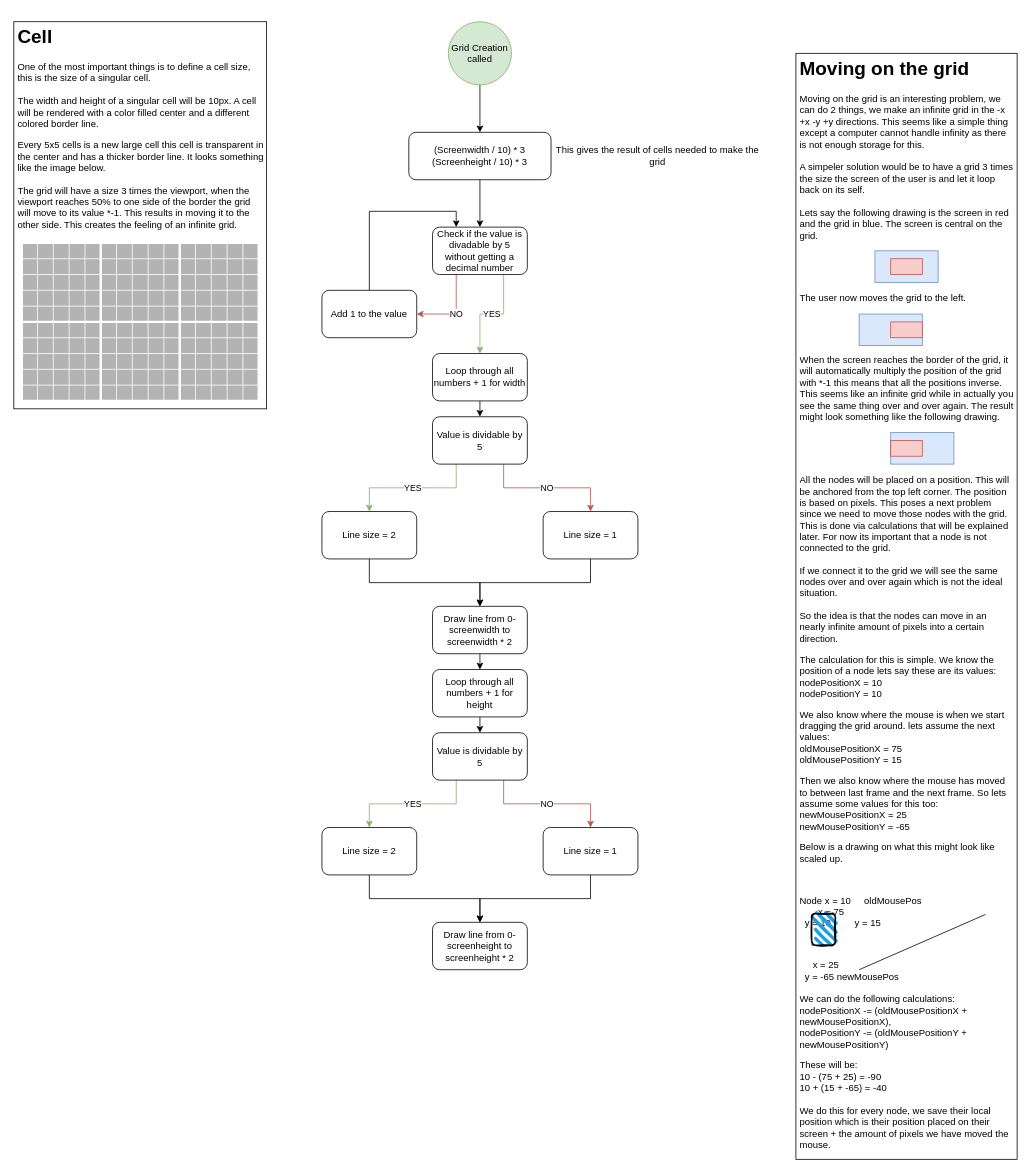
EthernalAsh/Node keeps this draw.io diagram as Diagrams/GridUML.drawio. Above is the earlier version. Source tidied: cells renumbered, new cells numbered last; positions are measured from the earlier drawing's top-left corner, leaving out a move shared by most shapes. Both pictures are drawn from the tidied source at 79%, with x=0, y=0 at pixel (13, 21).
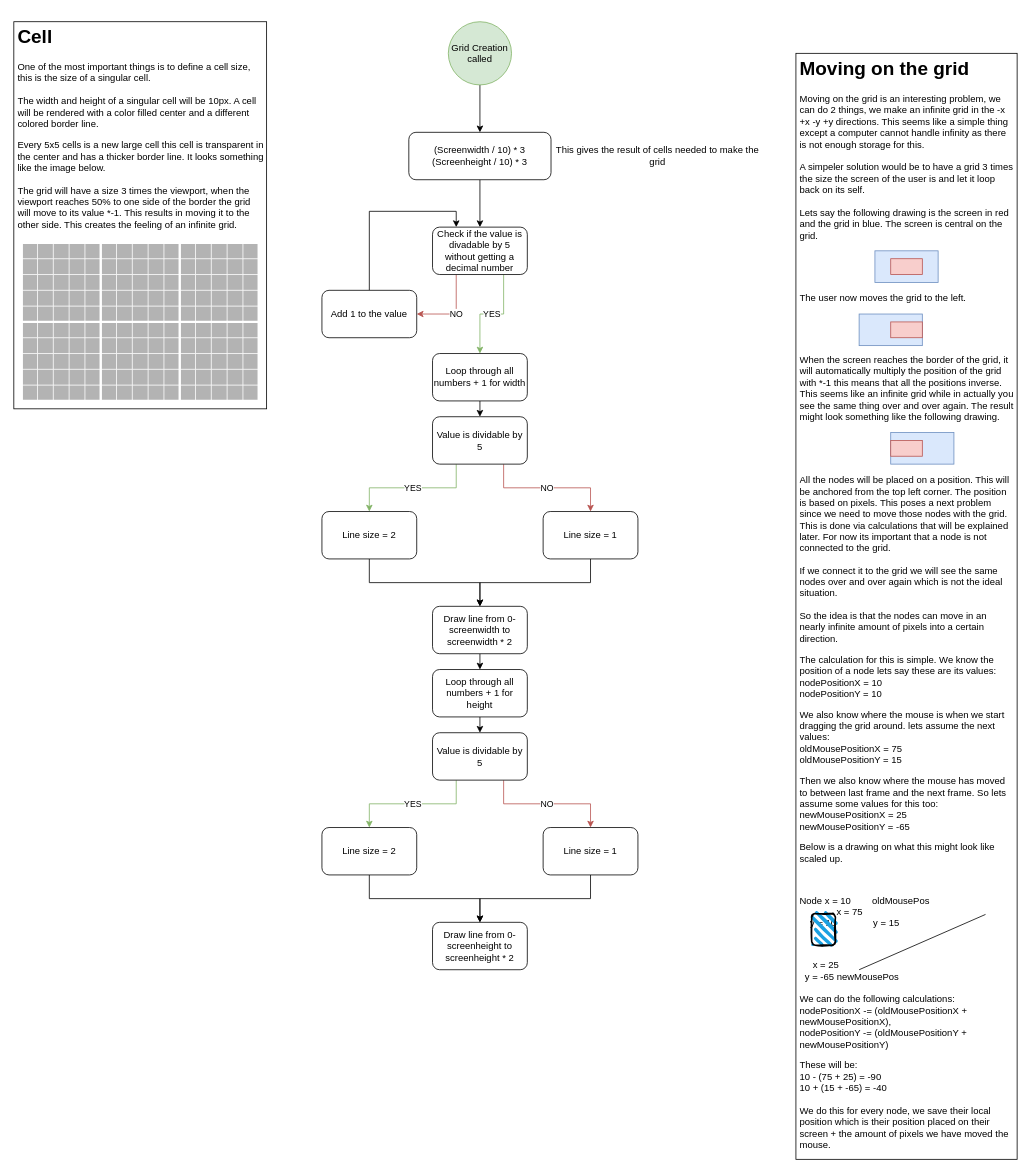
After the change.

Change to the diagram source:
```diff
@@
-    <mxCell id="205" value="&lt;h1&gt;Moving on the grid&lt;/h1&gt;&lt;p&gt;Moving on the grid is an interesting problem, we can do 2 things, we make an infinite grid in the -x +x -y +y directions. This seems like a simple thing except a computer cannot handle infinity as there is not enough storage for this.&lt;br&gt;&lt;br&gt;A simpeler solution would be to have a grid 3 times the size the screen of the user is and let it loop back on its self.&lt;br&gt;&lt;br&gt;Lets say the following drawing is the screen in red and the grid in blue. The screen is central on the grid.&lt;/p&gt;&lt;p&gt;&lt;br&gt;&lt;/p&gt;&lt;p&gt;&lt;br&gt;&lt;/p&gt;&lt;p&gt;The user now moves the grid to the left.&lt;/p&gt;&lt;p&gt;&lt;br&gt;&lt;/p&gt;&lt;p&gt;&lt;br&gt;&lt;/p&gt;&lt;p&gt;When the screen reaches the border of the grid, it will automatically multiply the position of the grid with *-1 this means that all the positions inverse. This seems like an infinite grid while in actually you see the same thing over and over again. The result might look something like the following drawing.&lt;br&gt;&lt;/p&gt;&lt;p&gt;&lt;br&gt;&lt;/p&gt;&lt;p&gt;&lt;br&gt;&lt;/p&gt;&lt;p&gt;All the nodes will be placed on a position. This will be anchored from the top left corner. The position is based on pixels. This poses a next problem since we need to move those nodes with the grid. This is done via calculations that will be explained later. For now its important that a node is not connected to the grid.&lt;br&gt;&lt;br&gt;If we connect it to the grid we will see the same nodes over and over again which is not the ideal situation.&lt;br&gt;&lt;br&gt;So the idea is that the nodes can move in an nearly infinite amount of pixels into a certain direction.&lt;/p&gt;&lt;p&gt;The calculation for this is simple. We know the position of a node lets say these are its values:&lt;br&gt;nodePositionX = 10&lt;br&gt;nodePositionY = 10&lt;br&gt;&lt;/p&gt;&lt;p&gt;We also know where the mouse is when we start dragging the grid around. lets assume the next values:&lt;br&gt;oldMousePositionX = 75&lt;br&gt;oldMousePositionY = 15&lt;/p&gt;&lt;p&gt;Then we also know where the mouse has moved to between last frame and the next frame. So lets assume some values for this too:&lt;br&gt;newMousePositionX = 25&lt;br&gt;newMousePositionY = -65&lt;/p&gt;&lt;p&gt;Below is a drawing on what this might look like scaled up.&lt;/p&gt;&lt;p&gt;&lt;br&gt;&lt;/p&gt;&lt;p&gt;Node x = 10&lt;span style=&quot;white-space: pre;&quot;&gt; &lt;/span&gt;&lt;span style=&quot;white-space: pre;&quot;&gt; &lt;/span&gt;&lt;span style=&quot;white-space: pre;&quot;&gt; &lt;/span&gt;&lt;span style=&quot;white-space: pre;&quot;&gt; &lt;/span&gt;&lt;span style=&quot;white-space: pre;&quot;&gt; &lt;/span&gt;oldMousePos&lt;br&gt;&lt;span style=&quot;background-color: initial; white-space: pre;&quot;&gt; &lt;/span&gt;&lt;span style=&quot;background-color: initial; white-space: pre;&quot;&gt; &lt;span style=&quot;white-space: pre;&quot;&gt; &lt;/span&gt;&lt;span style=&quot;white-space: pre;&quot;&gt; &lt;/span&gt;&lt;span style=&quot;white-space: pre;&quot;&gt; &lt;/span&gt;&lt;span style=&quot;white-space: pre;&quot;&gt; &lt;/span&gt;&lt;span style=&quot;white-space: pre;&quot;&gt; &lt;/span&gt;x&lt;/span&gt;&amp;nbsp;= 75&lt;br&gt;&lt;span style=&quot;background-color: initial;&quot;&gt;&lt;span style=&quot;white-space: pre;&quot;&gt; &lt;/span&gt;&lt;span style=&quot;white-space: pre;&quot;&gt; &lt;/span&gt;y = 10&lt;span style=&quot;white-space: pre;&quot;&gt; &lt;/span&gt;&lt;span style=&quot;white-space: pre;&quot;&gt; &lt;/span&gt;&lt;span style=&quot;white-space: pre;&quot;&gt; &lt;/span&gt;&lt;span style=&quot;white-space: pre;&quot;&gt; &lt;/span&gt;&lt;span style=&quot;white-space: pre;&quot;&gt; &lt;/span&gt;&amp;nbsp; &amp;nbsp; y = 15&lt;/span&gt;&lt;/p&gt;&lt;p&gt;&lt;span style=&quot;background-color: initial;&quot;&gt;&lt;br&gt;&lt;/span&gt;&lt;/p&gt;&lt;p&gt;&lt;span style=&quot;background-color: initial;&quot;&gt;&lt;span style=&quot;white-space: pre;&quot;&gt; &lt;/span&gt;&amp;nbsp; &amp;nbsp; x = 25&lt;br&gt;&lt;span style=&quot;white-space: pre;&quot;&gt; &lt;/span&gt;&lt;span style=&quot;white-space: pre;&quot;&gt; &lt;/span&gt;y = -65 newMousePos&lt;br&gt;&lt;br&gt;We can do the following calculations:&lt;br&gt;nodePositionX -= (oldMousePositionX + newMousePositionX),&lt;br&gt;nodePositionY -= (oldMousePositionY + newMousePositionY)&lt;/span&gt;&lt;/p&gt;&lt;p&gt;These will be:&lt;br&gt;&lt;span style=&quot;background-color: initial;&quot;&gt;10 - (75 + 25) = -90&lt;br&gt;10 + (15 + -65) = -40&lt;br&gt;&lt;br&gt;We do this for every node, we save their local position which is their position placed on their screen + the amount of pixels we have moved the mouse.&lt;/span&gt;&lt;/p&gt;" style="text;html=1;strokeColor=default;fillColor=none;spacing=5;spacingTop=-20;whiteSpace=wrap;overflow=hidden;rounded=0;" parent="1" vertex="1">
+    <mxCell id="205" value="&lt;h1&gt;Moving on the grid&lt;/h1&gt;&lt;p&gt;Moving on the grid is an interesting problem, we can do 2 things, we make an infinite grid in the -x +x -y +y directions. This seems like a simple thing except a computer cannot handle infinity as there is not enough storage for this.&lt;br&gt;&lt;br&gt;A simpeler solution would be to have a grid 3 times the size the screen of the user is and let it loop back on its self.&lt;br&gt;&lt;br&gt;Lets say the following drawing is the screen in red and the grid in blue. The screen is central on the grid.&lt;/p&gt;&lt;p&gt;&lt;br&gt;&lt;/p&gt;&lt;p&gt;&lt;br&gt;&lt;/p&gt;&lt;p&gt;The user now moves the grid to the left.&lt;/p&gt;&lt;p&gt;&lt;br&gt;&lt;/p&gt;&lt;p&gt;&lt;br&gt;&lt;/p&gt;&lt;p&gt;When the screen reaches the border of the grid, it will automatically multiply the position of the grid with *-1 this means that all the positions inverse. This seems like an infinite grid while in actually you see the same thing over and over again. The result might look something like the following drawing.&lt;br&gt;&lt;/p&gt;&lt;p&gt;&lt;br&gt;&lt;/p&gt;&lt;p&gt;&lt;br&gt;&lt;/p&gt;&lt;p&gt;All the nodes will be placed on a position. This will be anchored from the top left corner. The position is based on pixels. This poses a next problem since we need to move those nodes with the grid. This is done via calculations that will be explained later. For now its important that a node is not connected to the grid.&lt;br&gt;&lt;br&gt;If we connect it to the grid we will see the same nodes over and over again which is not the ideal situation.&lt;br&gt;&lt;br&gt;So the idea is that the nodes can move in an nearly infinite amount of pixels into a certain direction.&lt;/p&gt;&lt;p&gt;The calculation for this is simple. We know the position of a node lets say these are its values:&lt;br&gt;nodePositionX = 10&lt;br&gt;nodePositionY = 10&lt;br&gt;&lt;/p&gt;&lt;p&gt;We also know where the mouse is when we start dragging the grid around. lets assume the next values:&lt;br&gt;oldMousePositionX = 75&lt;br&gt;oldMousePositionY = 15&lt;/p&gt;&lt;p&gt;Then we also know where the mouse has moved to between last frame and the next frame. So lets assume some values for this too:&lt;br&gt;newMousePositionX = 25&lt;br&gt;newMousePositionY = -65&lt;/p&gt;&lt;p&gt;Below is a drawing on what this might look like scaled up.&lt;/p&gt;&lt;p&gt;&lt;br&gt;&lt;/p&gt;&lt;p&gt;Node x = 10&lt;span style=&quot;white-space: pre;&quot;&gt; &lt;/span&gt;&lt;span style=&quot;white-space: pre;&quot;&gt; &lt;/span&gt;&lt;span style=&quot;white-space: pre;&quot;&gt; &lt;/span&gt;&lt;span style=&quot;white-space: pre;&quot;&gt; &lt;/span&gt;&lt;span style=&quot;white-space: pre;&quot;&gt; &lt;span style=&quot;white-space: pre;&quot;&gt; &lt;/span&gt;&lt;span style=&quot;white-space: pre;&quot;&gt; &lt;/span&gt;&lt;span style=&quot;white-space: pre;&quot;&gt; &lt;/span&gt;&lt;/span&gt;oldMousePos&lt;br&gt;&lt;span style=&quot;background-color: initial; white-space: pre;&quot;&gt; &lt;/span&gt;&lt;span style=&quot;background-color: initial; white-space: pre;&quot;&gt; &lt;span style=&quot;white-space: pre;&quot;&gt; &lt;/span&gt;&lt;span style=&quot;white-space: pre;&quot;&gt; &lt;/span&gt;&lt;span style=&quot;white-space: pre;&quot;&gt; &lt;/span&gt;&lt;span style=&quot;white-space: pre;&quot;&gt; &lt;/span&gt;&lt;span style=&quot;white-space: pre;&quot;&gt; &lt;span style=&quot;white-space: pre;&quot;&gt; &lt;/span&gt;&lt;span style=&quot;white-space: pre;&quot;&gt; &lt;/span&gt;&lt;span style=&quot;white-space: pre;&quot;&gt; &lt;/span&gt;&lt;span style=&quot;white-space: pre;&quot;&gt; &lt;/span&gt;&lt;span style=&quot;white-space: pre;&quot;&gt; &lt;/span&gt;&lt;span style=&quot;white-space: pre;&quot;&gt; &lt;/span&gt;&lt;span style=&quot;white-space: pre;&quot;&gt; &lt;/span&gt;&lt;/span&gt;x&lt;/span&gt;&amp;nbsp;= 75&lt;br&gt;&lt;span style=&quot;background-color: initial;&quot;&gt;&lt;span style=&quot;white-space: pre;&quot;&gt; &lt;/span&gt;&lt;span style=&quot;white-space: pre;&quot;&gt; &lt;span style=&quot;white-space: pre;&quot;&gt; &lt;/span&gt;&lt;span style=&quot;white-space: pre;&quot;&gt; &lt;/span&gt;&lt;/span&gt;y = 10&lt;span style=&quot;white-space: pre;&quot;&gt; &lt;/span&gt;&lt;span style=&quot;white-space: pre;&quot;&gt; &lt;/span&gt;&lt;span style=&quot;white-space: pre;&quot;&gt; &lt;/span&gt;&lt;span style=&quot;white-space: pre;&quot;&gt; &lt;/span&gt;&lt;span style=&quot;white-space: pre;&quot;&gt; &lt;span style=&quot;white-space: pre;&quot;&gt; &lt;/span&gt;&lt;span style=&quot;white-space: pre;&quot;&gt; &lt;/span&gt;&lt;span style=&quot;white-space: pre;&quot;&gt; &lt;/span&gt;&lt;span style=&quot;white-space: pre;&quot;&gt; &lt;/span&gt;&lt;span style=&quot;white-space: pre;&quot;&gt; &lt;/span&gt;&lt;/span&gt;&amp;nbsp; &amp;nbsp; y = 15&lt;/span&gt;&lt;/p&gt;&lt;p&gt;&lt;span style=&quot;background-color: initial;&quot;&gt;&lt;br&gt;&lt;/span&gt;&lt;/p&gt;&lt;p&gt;&lt;span style=&quot;background-color: initial;&quot;&gt;&lt;span style=&quot;white-space: pre;&quot;&gt; &lt;/span&gt;&amp;nbsp; &amp;nbsp; x = 25&lt;br&gt;&lt;span style=&quot;white-space: pre;&quot;&gt; &lt;/span&gt;&lt;span style=&quot;white-space: pre;&quot;&gt; &lt;/span&gt;y = -65 newMousePos&lt;br&gt;&lt;br&gt;We can do the following calculations:&lt;br&gt;nodePositionX -= (oldMousePositionX + newMousePositionX),&lt;br&gt;nodePositionY -= (oldMousePositionY + newMousePositionY)&lt;/span&gt;&lt;/p&gt;&lt;p&gt;These will be:&lt;br&gt;&lt;span style=&quot;background-color: initial;&quot;&gt;10 - (75 + 25) = -90&lt;br&gt;10 + (15 + -65) = -40&lt;br&gt;&lt;br&gt;We do this for every node, we save their local position which is their position placed on their screen + the amount of pixels we have moved the mouse.&lt;/span&gt;&lt;/p&gt;" style="text;html=1;strokeColor=default;fillColor=none;spacing=5;spacingTop=-20;whiteSpace=wrap;overflow=hidden;rounded=0;" parent="1" vertex="1">
       <mxGeometry x="990" y="40" width="280" height="1400" as="geometry" />
     </mxCell>
```
